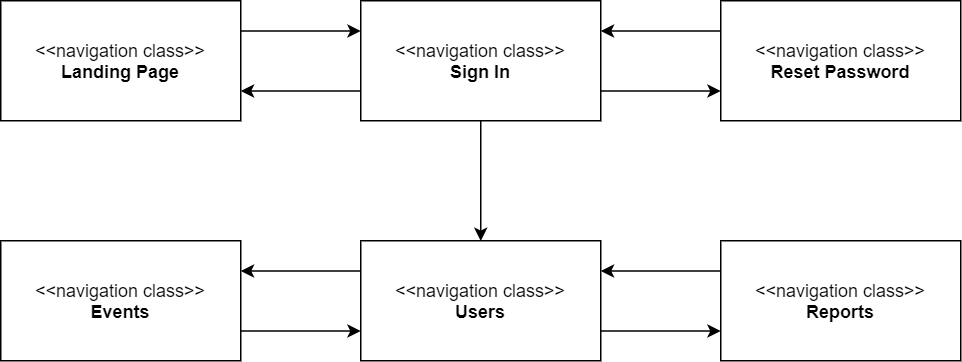
The draw.io diagram diagrams/navigation/Admin.png in OmarAlghamdi/swe363-project-react, before a commit. Source tidied: cells renumbered, new cells last; positions are measured from the earlier drawing's top-left corner, leaving out a move shared by most shapes. The source it was exported from:
```xml
<mxGraphModel>
  <root>
    <mxCell id="0" />
    <mxCell id="1" parent="0" />
    <mxCell id="2" style="edgeStyle=orthogonalEdgeStyle;rounded=0;jettySize=auto;html=1;exitX=1;exitY=0.25;exitDx=0;exitDy=0;entryX=0;entryY=0.25;entryDx=0;entryDy=0;startArrow=none;startFill=0;endArrow=classic;endFill=1;" parent="1" edge="1" source="3" target="7">
      <mxGeometry relative="1" as="geometry" />
    </mxCell>
    <mxCell id="3" value="&amp;lt;&amp;lt;navigation class&amp;gt;&amp;gt;&lt;br&gt;&lt;b&gt;Landing Page&lt;/b&gt;" style="rounded=0;whiteSpace=wrap;html=1;" parent="1" vertex="1">
      <mxGeometry width="160" height="80" as="geometry" />
    </mxCell>
    <mxCell id="4" style="edgeStyle=orthogonalEdgeStyle;rounded=0;jettySize=auto;html=1;exitX=1;exitY=0.75;exitDx=0;exitDy=0;entryX=0;entryY=0.75;entryDx=0;entryDy=0;startArrow=none;startFill=0;" parent="1" edge="1" source="7" target="9">
      <mxGeometry relative="1" as="geometry" />
    </mxCell>
    <mxCell id="5" style="edgeStyle=orthogonalEdgeStyle;rounded=0;jettySize=auto;html=1;exitX=0.5;exitY=1;exitDx=0;exitDy=0;entryX=0.5;entryY=0;entryDx=0;entryDy=0;startArrow=none;startFill=0;" parent="1" edge="1" source="7" target="12">
      <mxGeometry relative="1" as="geometry" />
    </mxCell>
    <mxCell id="6" style="edgeStyle=orthogonalEdgeStyle;rounded=0;jettySize=auto;html=1;exitX=0;exitY=0.75;exitDx=0;exitDy=0;entryX=1;entryY=0.75;entryDx=0;entryDy=0;startArrow=none;startFill=0;endArrow=classic;endFill=1;" parent="1" edge="1" source="7" target="3">
      <mxGeometry relative="1" as="geometry" />
    </mxCell>
    <mxCell id="7" value="&amp;lt;&amp;lt;navigation class&amp;gt;&amp;gt;&lt;br&gt;&lt;b&gt;Sign In&lt;/b&gt;" style="rounded=0;whiteSpace=wrap;html=1;" parent="1" vertex="1">
      <mxGeometry x="240" width="160" height="80" as="geometry" />
    </mxCell>
    <mxCell id="8" style="edgeStyle=orthogonalEdgeStyle;rounded=0;jettySize=auto;html=1;exitX=0;exitY=0.25;exitDx=0;exitDy=0;entryX=1;entryY=0.25;entryDx=0;entryDy=0;startArrow=none;startFill=0;" parent="1" edge="1" source="9" target="7">
      <mxGeometry relative="1" as="geometry" />
    </mxCell>
    <mxCell id="9" value="&amp;lt;&amp;lt;navigation class&amp;gt;&amp;gt;&lt;br&gt;&lt;b&gt;Reset Password&lt;/b&gt;" style="rounded=0;whiteSpace=wrap;html=1;" parent="1" vertex="1">
      <mxGeometry x="480" width="160" height="80" as="geometry" />
    </mxCell>
    <mxCell id="10" style="edgeStyle=orthogonalEdgeStyle;rounded=0;jettySize=auto;html=1;exitX=0;exitY=0.25;exitDx=0;exitDy=0;entryX=1;entryY=0.25;entryDx=0;entryDy=0;startArrow=none;startFill=0;endArrow=classic;endFill=1;" parent="1" edge="1" source="12" target="16">
      <mxGeometry relative="1" as="geometry" />
    </mxCell>
    <mxCell id="11" style="edgeStyle=orthogonalEdgeStyle;rounded=0;jettySize=auto;html=1;exitX=1;exitY=0.75;exitDx=0;exitDy=0;entryX=0;entryY=0.75;entryDx=0;entryDy=0;startArrow=none;startFill=0;endArrow=classic;endFill=1;" parent="1" edge="1" source="12" target="14">
      <mxGeometry relative="1" as="geometry" />
    </mxCell>
    <mxCell id="12" value="&amp;lt;&amp;lt;navigation class&amp;gt;&amp;gt;&lt;br&gt;&lt;b&gt;Users&lt;/b&gt;" style="rounded=0;whiteSpace=wrap;html=1;" parent="1" vertex="1">
      <mxGeometry x="240" y="160" width="160" height="80" as="geometry" />
    </mxCell>
    <mxCell id="13" style="edgeStyle=orthogonalEdgeStyle;rounded=0;jettySize=auto;html=1;exitX=0;exitY=0.25;exitDx=0;exitDy=0;entryX=1;entryY=0.25;entryDx=0;entryDy=0;startArrow=none;startFill=0;endArrow=classic;endFill=1;" parent="1" edge="1" source="14" target="12">
      <mxGeometry relative="1" as="geometry" />
    </mxCell>
    <mxCell id="14" value="&amp;lt;&amp;lt;navigation class&amp;gt;&amp;gt;&lt;br&gt;&lt;b&gt;Reports&lt;/b&gt;" style="rounded=0;whiteSpace=wrap;html=1;" parent="1" vertex="1">
      <mxGeometry x="480" y="160" width="160" height="80" as="geometry" />
    </mxCell>
    <mxCell id="15" style="edgeStyle=orthogonalEdgeStyle;rounded=0;jettySize=auto;html=1;exitX=1;exitY=0.75;exitDx=0;exitDy=0;entryX=0;entryY=0.75;entryDx=0;entryDy=0;startArrow=none;startFill=0;endArrow=classic;endFill=1;" parent="1" edge="1" source="16" target="12">
      <mxGeometry relative="1" as="geometry" />
    </mxCell>
    <mxCell id="16" value="&amp;lt;&amp;lt;navigation class&amp;gt;&amp;gt;&lt;br&gt;&lt;b&gt;Events&lt;/b&gt;" style="rounded=0;whiteSpace=wrap;html=1;" parent="1" vertex="1">
      <mxGeometry y="160" width="160" height="80" as="geometry" />
    </mxCell>
  </root>
</mxGraphModel>
```
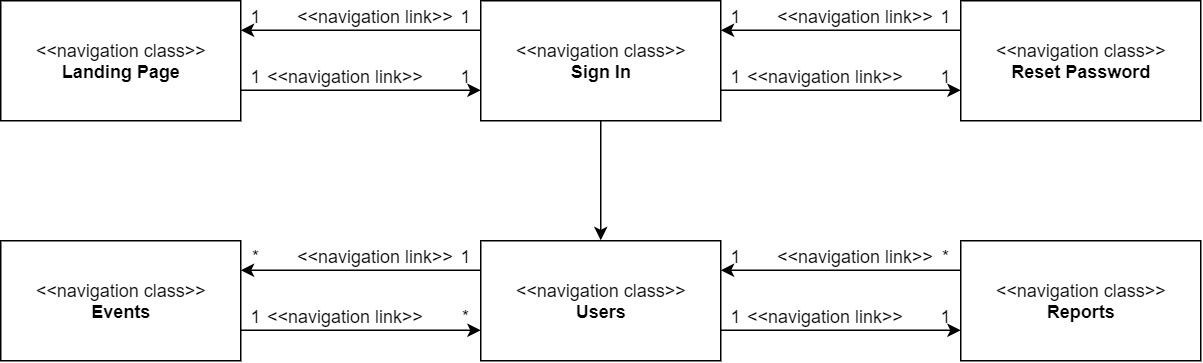
The same diagram one commit later.

What changed in the source:
```diff
@@ -2,11 +2,11 @@
   <root>
     <mxCell id="0" />
     <mxCell id="1" parent="0" />
-    <mxCell id="2" style="edgeStyle=orthogonalEdgeStyle;rounded=0;jettySize=auto;html=1;exitX=1;exitY=0.25;exitDx=0;exitDy=0;entryX=0;entryY=0.25;entryDx=0;entryDy=0;startArrow=none;startFill=0;endArrow=classic;endFill=1;" parent="1" edge="1" source="3" target="7">
+    <mxCell id="2" style="edgeStyle=orthogonalEdgeStyle;rounded=0;jettySize=auto;html=1;exitX=1;exitY=0.75;exitDx=0;exitDy=0;entryX=0;entryY=0.75;entryDx=0;entryDy=0;" parent="1" edge="1" source="3" target="7">
       <mxGeometry relative="1" as="geometry" />
     </mxCell>
     <mxCell id="3" value="&amp;lt;&amp;lt;navigation class&amp;gt;&amp;gt;&lt;br&gt;&lt;b&gt;Landing Page&lt;/b&gt;" style="rounded=0;whiteSpace=wrap;html=1;" parent="1" vertex="1">
-      <mxGeometry width="160" height="80" as="geometry" />
+      <mxGeometry x="-120" width="160" height="80" as="geometry" />
     </mxCell>
     <mxCell id="4" style="edgeStyle=orthogonalEdgeStyle;rounded=0;jettySize=auto;html=1;exitX=1;exitY=0.75;exitDx=0;exitDy=0;entryX=0;entryY=0.75;entryDx=0;entryDy=0;startArrow=none;startFill=0;" parent="1" edge="1" source="7" target="9">
       <mxGeometry relative="1" as="geometry" />
@@ -14,17 +14,17 @@
     <mxCell id="5" style="edgeStyle=orthogonalEdgeStyle;rounded=0;jettySize=auto;html=1;exitX=0.5;exitY=1;exitDx=0;exitDy=0;entryX=0.5;entryY=0;entryDx=0;entryDy=0;startArrow=none;startFill=0;" parent="1" edge="1" source="7" target="12">
       <mxGeometry relative="1" as="geometry" />
     </mxCell>
-    <mxCell id="6" style="edgeStyle=orthogonalEdgeStyle;rounded=0;jettySize=auto;html=1;exitX=0;exitY=0.75;exitDx=0;exitDy=0;entryX=1;entryY=0.75;entryDx=0;entryDy=0;startArrow=none;startFill=0;endArrow=classic;endFill=1;" parent="1" edge="1" source="7" target="3">
+    <mxCell id="6" style="edgeStyle=orthogonalEdgeStyle;rounded=0;jettySize=auto;html=1;exitX=0;exitY=0.25;exitDx=0;exitDy=0;entryX=1;entryY=0.25;entryDx=0;entryDy=0;" parent="1" edge="1" source="7" target="3">
       <mxGeometry relative="1" as="geometry" />
     </mxCell>
     <mxCell id="7" value="&amp;lt;&amp;lt;navigation class&amp;gt;&amp;gt;&lt;br&gt;&lt;b&gt;Sign In&lt;/b&gt;" style="rounded=0;whiteSpace=wrap;html=1;" parent="1" vertex="1">
-      <mxGeometry x="240" width="160" height="80" as="geometry" />
+      <mxGeometry x="200" width="160" height="80" as="geometry" />
     </mxCell>
     <mxCell id="8" style="edgeStyle=orthogonalEdgeStyle;rounded=0;jettySize=auto;html=1;exitX=0;exitY=0.25;exitDx=0;exitDy=0;entryX=1;entryY=0.25;entryDx=0;entryDy=0;startArrow=none;startFill=0;" parent="1" edge="1" source="9" target="7">
       <mxGeometry relative="1" as="geometry" />
     </mxCell>
     <mxCell id="9" value="&amp;lt;&amp;lt;navigation class&amp;gt;&amp;gt;&lt;br&gt;&lt;b&gt;Reset Password&lt;/b&gt;" style="rounded=0;whiteSpace=wrap;html=1;" parent="1" vertex="1">
-      <mxGeometry x="480" width="160" height="80" as="geometry" />
+      <mxGeometry x="520" width="160" height="80" as="geometry" />
     </mxCell>
     <mxCell id="10" style="edgeStyle=orthogonalEdgeStyle;rounded=0;jettySize=auto;html=1;exitX=0;exitY=0.25;exitDx=0;exitDy=0;entryX=1;entryY=0.25;entryDx=0;entryDy=0;startArrow=none;startFill=0;endArrow=classic;endFill=1;" parent="1" edge="1" source="12" target="16">
       <mxGeometry relative="1" as="geometry" />
@@ -33,19 +33,91 @@
       <mxGeometry relative="1" as="geometry" />
     </mxCell>
     <mxCell id="12" value="&amp;lt;&amp;lt;navigation class&amp;gt;&amp;gt;&lt;br&gt;&lt;b&gt;Users&lt;/b&gt;" style="rounded=0;whiteSpace=wrap;html=1;" parent="1" vertex="1">
-      <mxGeometry x="240" y="160" width="160" height="80" as="geometry" />
+      <mxGeometry x="200" y="160" width="160" height="80" as="geometry" />
     </mxCell>
     <mxCell id="13" style="edgeStyle=orthogonalEdgeStyle;rounded=0;jettySize=auto;html=1;exitX=0;exitY=0.25;exitDx=0;exitDy=0;entryX=1;entryY=0.25;entryDx=0;entryDy=0;startArrow=none;startFill=0;endArrow=classic;endFill=1;" parent="1" edge="1" source="14" target="12">
       <mxGeometry relative="1" as="geometry" />
     </mxCell>
     <mxCell id="14" value="&amp;lt;&amp;lt;navigation class&amp;gt;&amp;gt;&lt;br&gt;&lt;b&gt;Reports&lt;/b&gt;" style="rounded=0;whiteSpace=wrap;html=1;" parent="1" vertex="1">
-      <mxGeometry x="480" y="160" width="160" height="80" as="geometry" />
+      <mxGeometry x="520" y="160" width="160" height="80" as="geometry" />
     </mxCell>
     <mxCell id="15" style="edgeStyle=orthogonalEdgeStyle;rounded=0;jettySize=auto;html=1;exitX=1;exitY=0.75;exitDx=0;exitDy=0;entryX=0;entryY=0.75;entryDx=0;entryDy=0;startArrow=none;startFill=0;endArrow=classic;endFill=1;" parent="1" edge="1" source="16" target="12">
       <mxGeometry relative="1" as="geometry" />
     </mxCell>
     <mxCell id="16" value="&amp;lt;&amp;lt;navigation class&amp;gt;&amp;gt;&lt;br&gt;&lt;b&gt;Events&lt;/b&gt;" style="rounded=0;whiteSpace=wrap;html=1;" parent="1" vertex="1">
-      <mxGeometry y="160" width="160" height="80" as="geometry" />
+      <mxGeometry x="-120" y="160" width="160" height="80" as="geometry" />
     </mxCell>
+    <mxCell id="17" value="&amp;lt;&amp;lt;navigation link&amp;gt;&amp;gt;" style="text;html=1;align=center;verticalAlign=middle;" parent="1" vertex="1">
+      <mxGeometry x="70" width="120" height="20" as="geometry" />
+    </mxCell>
+    <mxCell id="18" value="&amp;lt;&amp;lt;navigation link&amp;gt;&amp;gt;" style="text;html=1;align=center;verticalAlign=middle;" parent="1" vertex="1">
+      <mxGeometry x="50" y="40" width="120" height="20" as="geometry" />
+    </mxCell>
+    <mxCell id="19" value="&amp;lt;&amp;lt;navigation link&amp;gt;&amp;gt;" style="text;html=1;align=center;verticalAlign=middle;" parent="1" vertex="1">
+      <mxGeometry x="70" y="160" width="120" height="20" as="geometry" />
+    </mxCell>
+    <mxCell id="20" value="&amp;lt;&amp;lt;navigation link&amp;gt;&amp;gt;" style="text;html=1;align=center;verticalAlign=middle;" parent="1" vertex="1">
+      <mxGeometry x="50" y="200" width="120" height="20" as="geometry" />
+    </mxCell>
+    <mxCell id="21" value="&amp;lt;&amp;lt;navigation link&amp;gt;&amp;gt;" style="text;html=1;align=center;verticalAlign=middle;" parent="1" vertex="1">
+      <mxGeometry x="390" width="120" height="20" as="geometry" />
+    </mxCell>
+    <mxCell id="22" value="&amp;lt;&amp;lt;navigation link&amp;gt;&amp;gt;" style="text;html=1;align=center;verticalAlign=middle;" parent="1" vertex="1">
+      <mxGeometry x="370" y="40" width="120" height="20" as="geometry" />
+    </mxCell>
+    <mxCell id="23" value="&amp;lt;&amp;lt;navigation link&amp;gt;&amp;gt;" style="text;html=1;align=center;verticalAlign=middle;" parent="1" vertex="1">
+      <mxGeometry x="390" y="160" width="120" height="20" as="geometry" />
+    </mxCell>
+    <mxCell id="24" value="&amp;lt;&amp;lt;navigation link&amp;gt;&amp;gt;" style="text;html=1;align=center;verticalAlign=middle;" parent="1" vertex="1">
+      <mxGeometry x="370" y="200" width="120" height="20" as="geometry" />
+    </mxCell>
+    <mxCell id="25" value="1" style="text;html=1;align=center;verticalAlign=middle;" parent="1" vertex="1">
+      <mxGeometry x="180" y="160" width="20" height="20" as="geometry" />
+    </mxCell>
+    <mxCell id="26" value="*" style="text;html=1;align=center;verticalAlign=middle;" parent="1" vertex="1">
+      <mxGeometry x="40" y="160" width="20" height="20" as="geometry" />
+    </mxCell>
+    <mxCell id="27" value="*" style="text;html=1;align=center;verticalAlign=middle;" parent="1" vertex="1">
+      <mxGeometry x="180" y="200" width="20" height="20" as="geometry" />
+    </mxCell>
+    <mxCell id="28" value="1" style="text;html=1;align=center;verticalAlign=middle;" parent="1" vertex="1">
+      <mxGeometry x="40" y="200" width="20" height="20" as="geometry" />
+    </mxCell>
+    <mxCell id="29" value="1" style="text;html=1;align=center;verticalAlign=middle;" parent="1" vertex="1">
+      <mxGeometry x="40" width="20" height="20" as="geometry" />
+    </mxCell>
+    <mxCell id="30" value="1" style="text;html=1;align=center;verticalAlign=middle;" parent="1" vertex="1">
+      <mxGeometry x="180" width="20" height="20" as="geometry" />
+    </mxCell>
+    <mxCell id="31" value="1" style="text;html=1;align=center;verticalAlign=middle;" parent="1" vertex="1">
+      <mxGeometry x="180" y="40" width="20" height="20" as="geometry" />
+    </mxCell>
+    <mxCell id="32" value="1" style="text;html=1;align=center;verticalAlign=middle;" parent="1" vertex="1">
+      <mxGeometry x="40" y="40" width="20" height="20" as="geometry" />
+    </mxCell>
+    <mxCell id="33" value="1" style="text;html=1;align=center;verticalAlign=middle;" parent="1" vertex="1">
+      <mxGeometry x="360" width="20" height="20" as="geometry" />
+    </mxCell>
+    <mxCell id="34" value="1" style="text;html=1;align=center;verticalAlign=middle;" parent="1" vertex="1">
+      <mxGeometry x="500" width="20" height="20" as="geometry" />
+    </mxCell>
+    <mxCell id="35" value="1" style="text;html=1;align=center;verticalAlign=middle;" parent="1" vertex="1">
+      <mxGeometry x="360" y="40" width="20" height="20" as="geometry" />
+    </mxCell>
+    <mxCell id="36" value="1" style="text;html=1;align=center;verticalAlign=middle;" parent="1" vertex="1">
+      <mxGeometry x="500" y="40" width="20" height="20" as="geometry" />
+    </mxCell>
+    <mxCell id="37" value="1" style="text;html=1;align=center;verticalAlign=middle;" parent="1" vertex="1">
+      <mxGeometry x="360" y="160" width="20" height="20" as="geometry" />
+    </mxCell>
+    <mxCell id="38" value="*" style="text;html=1;align=center;verticalAlign=middle;" parent="1" vertex="1">
+      <mxGeometry x="500" y="160" width="20" height="20" as="geometry" />
+    </mxCell>
+    <mxCell id="39" value="1" style="text;html=1;align=center;verticalAlign=middle;" parent="1" vertex="1">
+      <mxGeometry x="500" y="200" width="20" height="20" as="geometry" />
+    </mxCell>
+    <mxCell id="40" value="1" style="text;html=1;align=center;verticalAlign=middle;" parent="1" vertex="1">
+      <mxGeometry x="360" y="200" width="20" height="20" as="geometry" />
+    </mxCell>
   </root>
 </mxGraphModel>
```
